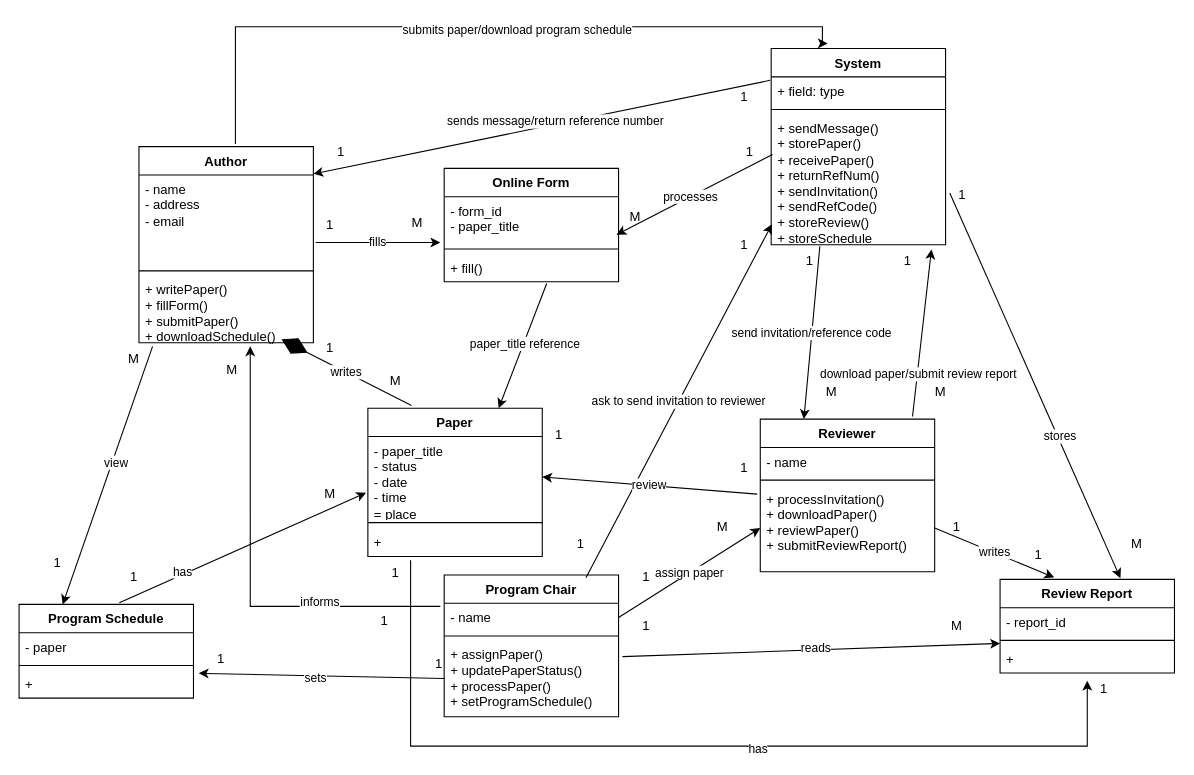
Above: tuto3q4.drawio in justn0thinghere/drawio (draw.io), before the change. Source tidied: cells renumbered, new cells numbered last; positions are measured from the earlier drawing's top-left corner, leaving out a move shared by most shapes. Both pictures are drawn from the tidied source at 109%, with x=0, y=0 at pixel (19, 26).
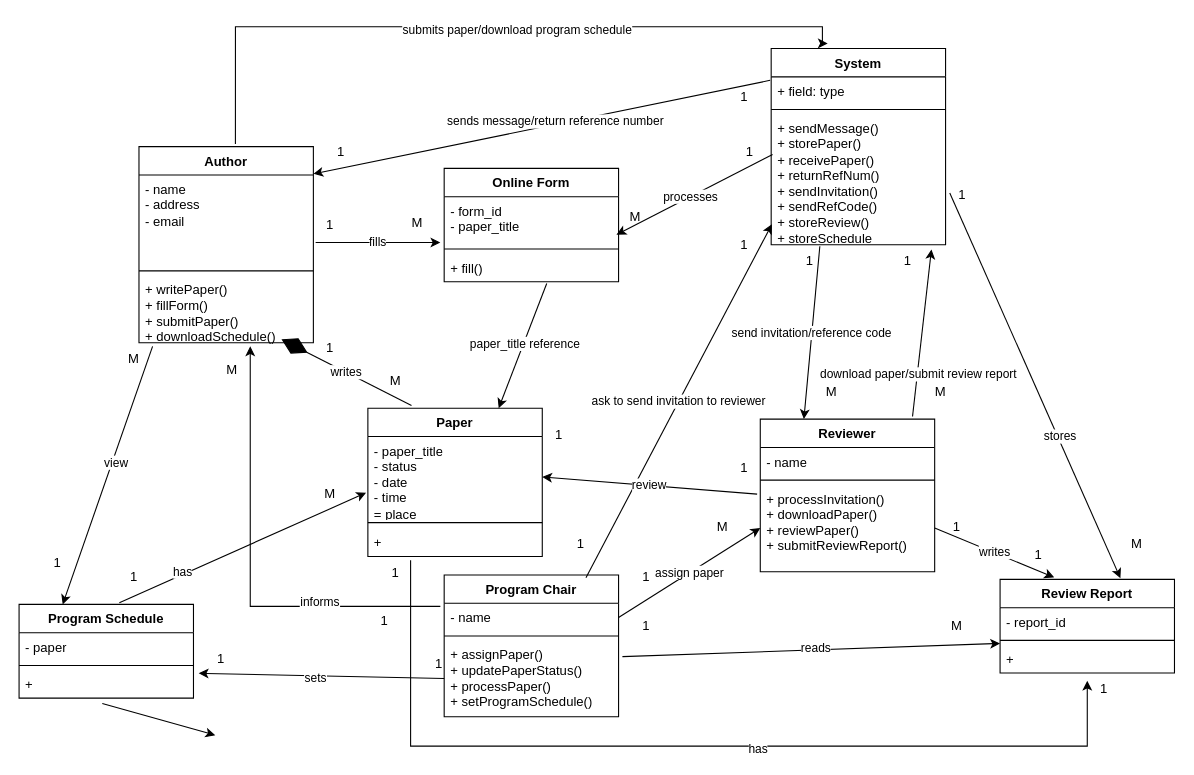
After the change.

The change refers to these unchanged cells:
```xml
<mxCell id="25" value="+&amp;nbsp;" style="text;strokeColor=none;fillColor=none;align=left;verticalAlign=top;spacingLeft=4;spacingRight=4;overflow=hidden;points=[[0,0.5],[1,0.5]];portConstraint=eastwest;whiteSpace=wrap;html=1;" parent="22" vertex="1">
  <mxGeometry y="60" width="160" height="26" as="geometry" />
</mxCell>
```

Diff of the diagram source:
```diff
@@
+    <mxCell id="99" style="endArrow=classic;html=1;rounded=0;exitX=0.477;exitY=1.187;exitDx=0;exitDy=0;exitPerimeter=0;" parent="1" edge="1" source="25">
+      <mxGeometry relative="1" as="geometry">
+        <mxPoint x="180" y="650" as="targetPoint" />
+      </mxGeometry>
+    </mxCell>
```
